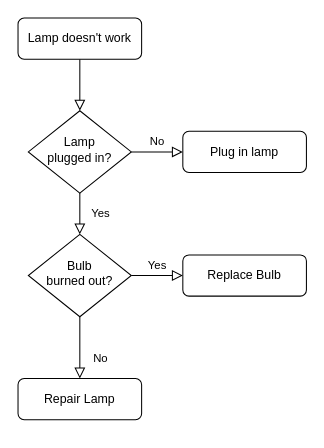
Earlier version of the draw.io diagram 未命名绘图.drawio (twodollarstwenty/drawio). Source tidied: cells renumbered, new cells numbered last; positions are measured from the earlier drawing's top-left corner, leaving out a move shared by most shapes. Both pictures are drawn from the tidied source at 103%, with x=0, y=0 at pixel (18, 18).
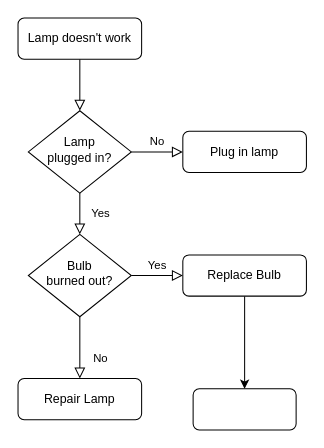
The same diagram, later.

Commit message (it also covers changes not shown here):
已添加 未命名绘图.drawio

Diff of the diagram source:
```diff
@@
 <mxGraphModel>
   <root>
     <mxCell id="0" />
     <mxCell id="1" parent="0" />
     <mxCell id="2" style="rounded=0;html=1;jettySize=auto;fontSize=11;endArrow=block;endFill=0;endSize=8;strokeWidth=1;shadow=0;labelBackgroundColor=none;edgeStyle=orthogonalEdgeStyle;" parent="1" edge="1" source="3" target="6">
       <mxGeometry relative="1" as="geometry" />
     </mxCell>
     <mxCell id="3" value="Lamp doesn't work" style="rounded=1;whiteSpace=wrap;html=1;fontSize=12;glass=0;strokeWidth=1;shadow=0;" parent="1" vertex="1">
       <mxGeometry width="120" height="40" as="geometry" />
     </mxCell>
     <mxCell id="4" value="Yes" style="rounded=0;html=1;jettySize=auto;fontSize=11;endArrow=block;endFill=0;endSize=8;strokeWidth=1;shadow=0;labelBackgroundColor=none;edgeStyle=orthogonalEdgeStyle;" parent="1" edge="1" source="6" target="10">
       <mxGeometry y="20" relative="1" as="geometry" />
     </mxCell>
     <mxCell id="5" value="No" style="edgeStyle=orthogonalEdgeStyle;rounded=0;html=1;jettySize=auto;fontSize=11;endArrow=block;endFill=0;endSize=8;strokeWidth=1;shadow=0;labelBackgroundColor=none;" parent="1" edge="1" source="6" target="7">
       <mxGeometry y="10" relative="1" as="geometry" />
     </mxCell>
     <mxCell id="6" value="Lamp&lt;br&gt;plugged in?" style="rhombus;whiteSpace=wrap;html=1;shadow=0;fontFamily=Helvetica;fontSize=12;align=center;strokeWidth=1;spacing=6;spacingTop=-4;" parent="1" vertex="1">
       <mxGeometry x="10" y="90" width="100" height="80" as="geometry" />
     </mxCell>
     <mxCell id="7" value="Plug in lamp" style="rounded=1;whiteSpace=wrap;html=1;fontSize=12;glass=0;strokeWidth=1;shadow=0;" parent="1" vertex="1">
       <mxGeometry x="160" y="110" width="120" height="40" as="geometry" />
     </mxCell>
     <mxCell id="8" value="No" style="rounded=0;html=1;jettySize=auto;fontSize=11;endArrow=block;endFill=0;endSize=8;strokeWidth=1;shadow=0;labelBackgroundColor=none;edgeStyle=orthogonalEdgeStyle;" parent="1" edge="1" source="10" target="11">
       <mxGeometry x="0.33" y="20" relative="1" as="geometry" />
     </mxCell>
     <mxCell id="9" value="Yes" style="edgeStyle=orthogonalEdgeStyle;rounded=0;html=1;jettySize=auto;fontSize=11;endArrow=block;endFill=0;endSize=8;strokeWidth=1;shadow=0;labelBackgroundColor=none;" parent="1" edge="1" source="10" target="12">
       <mxGeometry y="10" relative="1" as="geometry" />
     </mxCell>
     <mxCell id="10" value="Bulb&lt;br&gt;burned out?" style="rhombus;whiteSpace=wrap;html=1;shadow=0;fontFamily=Helvetica;fontSize=12;align=center;strokeWidth=1;spacing=6;spacingTop=-4;" parent="1" vertex="1">
       <mxGeometry x="10" y="210" width="100" height="80" as="geometry" />
     </mxCell>
     <mxCell id="11" value="Repair Lamp" style="rounded=1;whiteSpace=wrap;html=1;fontSize=12;glass=0;strokeWidth=1;shadow=0;" parent="1" vertex="1">
       <mxGeometry y="350" width="120" height="40" as="geometry" />
     </mxCell>
+    <mxCell id="13" style="edgeStyle=orthogonalEdgeStyle;rounded=0;jettySize=auto;html=1;exitX=0.5;exitY=1;exitDx=0;exitDy=0;entryX=0.5;entryY=0;entryDx=0;entryDy=0;" parent="1" edge="1" source="12" target="14">
+      <mxGeometry relative="1" as="geometry" />
+    </mxCell>
     <mxCell id="12" value="Replace Bulb" style="rounded=1;whiteSpace=wrap;html=1;fontSize=12;glass=0;strokeWidth=1;shadow=0;" parent="1" vertex="1">
       <mxGeometry x="160" y="230" width="120" height="40" as="geometry" />
     </mxCell>
+    <mxCell id="14" style="rounded=1;whiteSpace=wrap;html=1;" parent="1" vertex="1">
+      <mxGeometry x="170" y="360" width="100" height="40" as="geometry" />
+    </mxCell>
   </root>
 </mxGraphModel>
```
